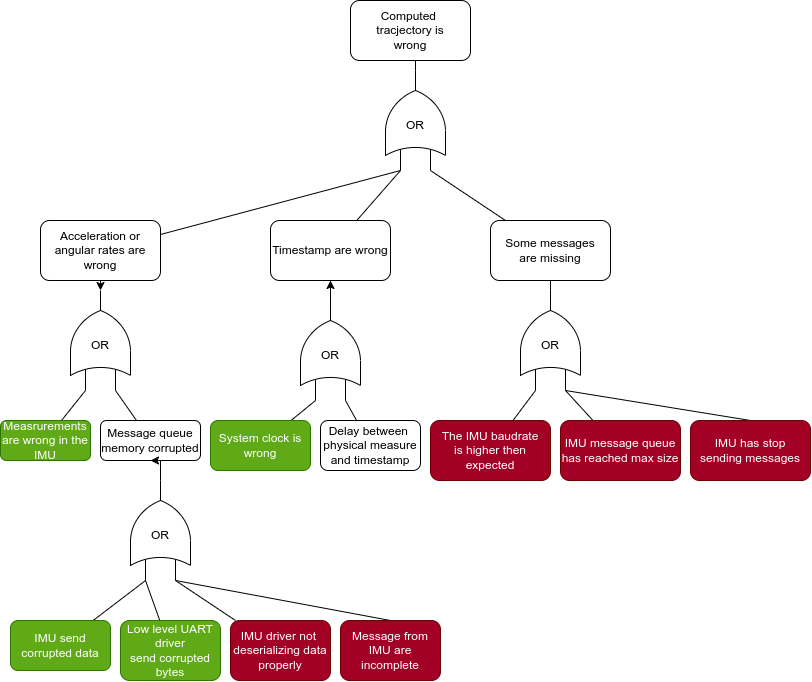
renn0xtek9/assignment keeps this draw.io diagram as documentation/requirements_engineering/diagrams/main_fault_tree.drawio.png. Above is the earlier version. Source tidied: cells renumbered, new cells last; positions are measured from the earlier drawing's top-left corner, leaving out a move shared by most shapes.
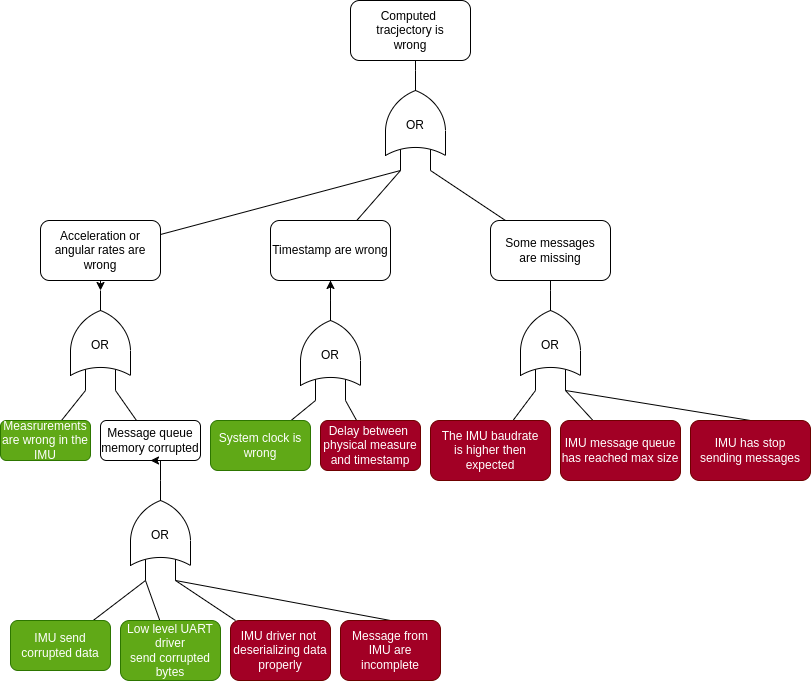
After the change.

The edit, as a diff of the source:
```diff
@@ -104,7 +104,7 @@
     <mxCell id="35" style="edgeStyle=none;html=1;entryX=0;entryY=0.75;entryDx=0;entryDy=0;entryPerimeter=0;endArrow=none;endFill=0;" parent="1" edge="1" source="36" target="30">
       <mxGeometry relative="1" as="geometry" />
     </mxCell>
-    <mxCell id="36" value="Delay between&amp;nbsp;&lt;br&gt;physical measure&lt;br&gt;and timestamp" style="rounded=1;whiteSpace=wrap;html=1;" parent="1" vertex="1">
+    <mxCell id="36" value="Delay between&amp;nbsp;&lt;br&gt;physical measure&lt;br&gt;and timestamp" style="rounded=1;whiteSpace=wrap;html=1;fillColor=#a20025;fontColor=#ffffff;strokeColor=#6F0000;" parent="1" vertex="1">
       <mxGeometry x="320" y="420" width="100" height="50" as="geometry" />
     </mxCell>
     <mxCell id="37" style="edgeStyle=none;html=1;entryX=0;entryY=0.75;entryDx=0;entryDy=0;entryPerimeter=0;endArrow=none;endFill=0;" parent="1" edge="1" source="38" target="3">
```
